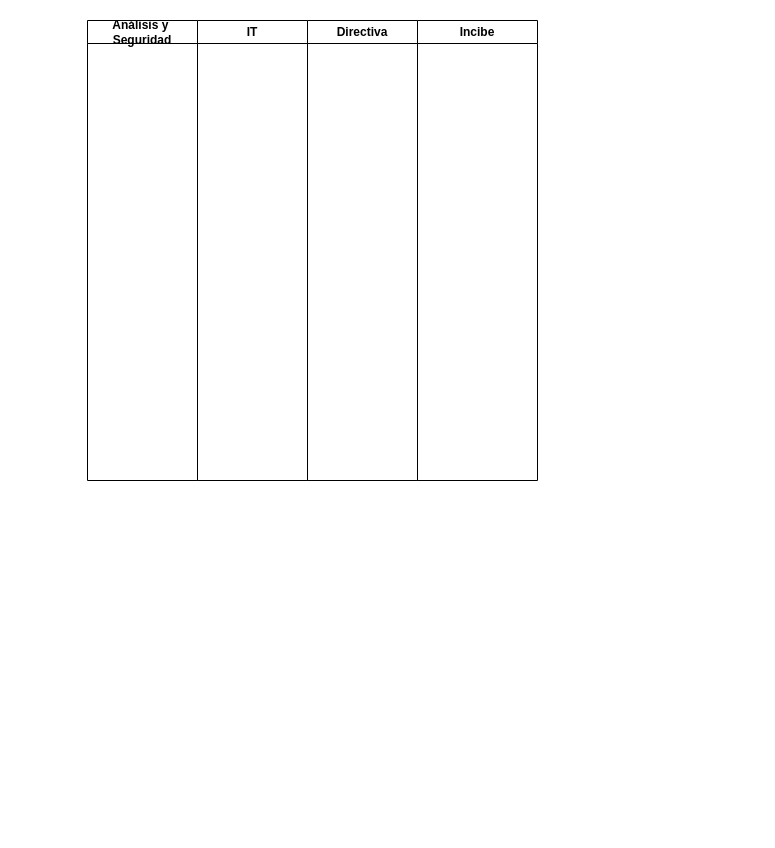
Above: SistemasInformacion/Diagrama sin título.drawio in siciliagc/Sistemas-de-Informaci-n (draw.io), before the change. Source tidied: cells renumbered, new cells numbered last; positions are measured from the earlier drawing's top-left corner, leaving out a move shared by most shapes. Both pictures are drawn from the tidied source at 100%, with x=0, y=0 at pixel (87, 20).
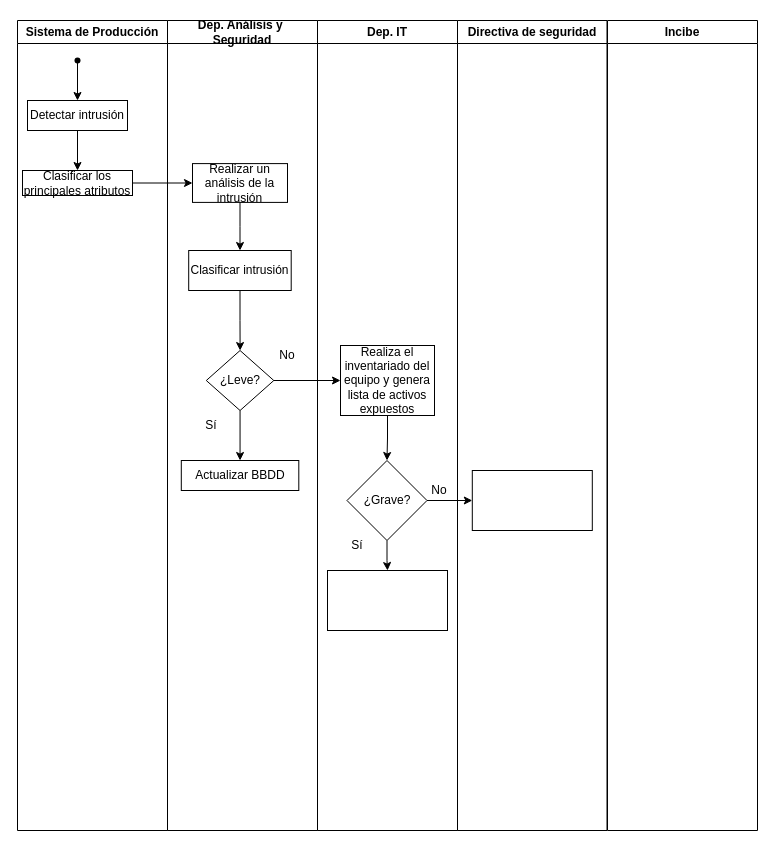
The same diagram, later.

What changed in the source:
```diff
@@
-    <mxCell id="2" value="Análisis y&amp;nbsp; Seguridad" style="swimlane;whiteSpace=wrap;html=1;" parent="1" vertex="1">
-      <mxGeometry width="110" height="460" as="geometry" />
+    <mxCell id="2" value="Dep. Análisis y&amp;nbsp; Seguridad" style="swimlane;whiteSpace=wrap;html=1;" parent="1" vertex="1">
+      <mxGeometry x="80" width="150" height="810" as="geometry" />
     </mxCell>
+    <mxCell id="6" style="edgeStyle=orthogonalEdgeStyle;rounded=0;jettySize=auto;html=1;" parent="2" edge="1" source="7" target="9">
+      <mxGeometry relative="1" as="geometry" />
+    </mxCell>
+    <mxCell id="7" value="Realizar un análisis de la intrusión" style="whiteSpace=wrap;html=1;fillColor=none;sketch=0;fillStyle=solid;" parent="2" vertex="1">
+      <mxGeometry x="25" y="143.1" width="95" height="38.8" as="geometry" />
+    </mxCell>
+    <mxCell id="8" style="edgeStyle=orthogonalEdgeStyle;rounded=0;jettySize=auto;html=1;" parent="2" edge="1" source="9" target="11">
+      <mxGeometry relative="1" as="geometry" />
+    </mxCell>
+    <mxCell id="9" value="Clasificar intrusión" style="whiteSpace=wrap;html=1;fillColor=none;sketch=0;fillStyle=solid;" parent="2" vertex="1">
+      <mxGeometry x="21.2" y="230" width="102.5" height="40" as="geometry" />
+    </mxCell>
+    <mxCell id="10" style="edgeStyle=orthogonalEdgeStyle;rounded=0;jettySize=auto;html=1;" parent="2" edge="1" source="11" target="12">
+      <mxGeometry relative="1" as="geometry" />
+    </mxCell>
+    <mxCell id="11" style="rhombus;whiteSpace=wrap;html=1;fillColor=none;sketch=0;fillStyle=solid;" parent="2" vertex="1">
+      <mxGeometry x="38.8" y="330" width="67.5" height="60" as="geometry" />
+    </mxCell>
+    <mxCell id="12" value="Actualizar BBDD" style="whiteSpace=wrap;html=1;fillColor=none;sketch=0;fillStyle=solid;" parent="2" vertex="1">
+      <mxGeometry x="13.8" y="440" width="117.5" height="30" as="geometry" />
+    </mxCell>
+    <mxCell id="13" value="¿Leve?" style="text;strokeColor=none;align=center;fillColor=none;html=1;verticalAlign=middle;whiteSpace=wrap;rounded=0;" parent="2" vertex="1">
+      <mxGeometry x="42.5" y="345" width="60" height="30" as="geometry" />
+    </mxCell>
+    <mxCell id="14" value="Sí" style="text;strokeColor=none;align=center;fillColor=none;html=1;verticalAlign=middle;whiteSpace=wrap;rounded=0;" parent="2" vertex="1">
+      <mxGeometry x="13.8" y="390" width="60" height="30" as="geometry" />
+    </mxCell>
+    <mxCell id="15" value="No" style="text;strokeColor=none;align=center;fillColor=none;html=1;verticalAlign=middle;whiteSpace=wrap;rounded=0;" parent="2" vertex="1">
+      <mxGeometry x="90" y="320" width="60" height="30" as="geometry" />
+    </mxCell>
+    <mxCell id="4" value="Directiva de seguridad" style="swimlane;whiteSpace=wrap;html=1;" parent="1" vertex="1">
+      <mxGeometry x="370" width="149.5" height="810" as="geometry" />
+    </mxCell>
+    <mxCell id="16" style="whiteSpace=wrap;html=1;fillColor=none;sketch=0;fillStyle=solid;" parent="4" vertex="1">
+      <mxGeometry x="14.8" y="450" width="120" height="60" as="geometry" />
+    </mxCell>
+    <mxCell id="5" value="Incibe" style="swimlane;whiteSpace=wrap;html=1;" parent="1" vertex="1">
+      <mxGeometry x="520" width="150" height="810" as="geometry" />
+    </mxCell>
+    <mxCell id="17" value="Sistema de Producción" style="swimlane;whiteSpace=wrap;html=1;" parent="1" vertex="1">
+      <mxGeometry x="-70" width="150" height="810" as="geometry" />
+    </mxCell>
+    <mxCell id="18" style="edgeStyle=orthogonalEdgeStyle;rounded=0;jettySize=auto;html=1;" parent="17" edge="1" source="19" target="21">
+      <mxGeometry relative="1" as="geometry" />
+    </mxCell>
+    <mxCell id="19" style="shape=waypoint;sketch=0;fillStyle=solid;size=6;points=[];fillColor=none;perimeter=centerPerimeter;snapToPoint=1;" parent="17" vertex="1">
+      <mxGeometry x="50" y="30" width="20" height="20" as="geometry" />
+    </mxCell>
+    <mxCell id="20" style="edgeStyle=orthogonalEdgeStyle;rounded=0;jettySize=auto;html=1;" parent="17" edge="1" source="21" target="22">
+      <mxGeometry relative="1" as="geometry" />
+    </mxCell>
+    <mxCell id="21" value="Detectar intrusión" style="whiteSpace=wrap;html=1;fillColor=none;sketch=0;fillStyle=solid;" parent="17" vertex="1">
+      <mxGeometry x="10" y="80" width="100" height="30" as="geometry" />
+    </mxCell>
+    <mxCell id="22" value="Clasificar los principales atributos" style="whiteSpace=wrap;html=1;fillColor=none;sketch=0;fillStyle=solid;" parent="17" vertex="1">
+      <mxGeometry x="5" y="150" width="110" height="25" as="geometry" />
+    </mxCell>
+    <mxCell id="23" style="edgeStyle=orthogonalEdgeStyle;rounded=0;jettySize=auto;html=1;" parent="1" edge="1" source="22" target="7">
+      <mxGeometry relative="1" as="geometry" />
+    </mxCell>
-    <mxCell id="3" value="IT" style="swimlane;whiteSpace=wrap;html=1;" parent="1" vertex="1">
-      <mxGeometry x="110" width="110" height="460" as="geometry" />
+    <mxCell id="3" value="Dep. IT" style="swimlane;whiteSpace=wrap;html=1;startSize=23;" parent="1" vertex="1">
+      <mxGeometry x="230" width="140" height="810" as="geometry" />
     </mxCell>
-    <mxCell id="4" value="Directiva" style="swimlane;whiteSpace=wrap;html=1;" parent="1" vertex="1">
-      <mxGeometry x="220" width="110" height="460" as="geometry" />
-    </mxCell>
-    <mxCell id="5" value="Incibe" style="swimlane;whiteSpace=wrap;html=1;" parent="1" vertex="1">
-      <mxGeometry x="330" width="120" height="460" as="geometry" />
-    </mxCell>
+    <mxCell id="24" style="edgeStyle=orthogonalEdgeStyle;rounded=0;jettySize=auto;html=1;entryX=0.5;entryY=0;entryDx=0;entryDy=0;" parent="3" edge="1" source="25" target="27">
+      <mxGeometry relative="1" as="geometry" />
+    </mxCell>
+    <mxCell id="25" value="Realiza el inventariado del equipo y genera lista de activos expuestos" style="whiteSpace=wrap;html=1;fillColor=none;sketch=0;fillStyle=solid;" parent="3" vertex="1">
+      <mxGeometry x="23" y="325" width="94" height="70" as="geometry" />
+    </mxCell>
+    <mxCell id="26" style="edgeStyle=orthogonalEdgeStyle;rounded=0;jettySize=auto;html=1;" parent="3" edge="1" source="27" target="28">
+      <mxGeometry relative="1" as="geometry" />
+    </mxCell>
+    <mxCell id="27" value="¿Grave?" style="rhombus;whiteSpace=wrap;html=1;fillColor=none;sketch=0;fillStyle=solid;" parent="3" vertex="1">
+      <mxGeometry x="29.5" y="440" width="80" height="80" as="geometry" />
+    </mxCell>
+    <mxCell id="28" style="whiteSpace=wrap;html=1;fillColor=none;sketch=0;fillStyle=solid;" parent="3" vertex="1">
+      <mxGeometry x="10" y="550" width="120" height="60" as="geometry" />
+    </mxCell>
+    <mxCell id="29" value="Sí" style="text;strokeColor=none;align=center;fillColor=none;html=1;verticalAlign=middle;whiteSpace=wrap;rounded=0;" parent="3" vertex="1">
+      <mxGeometry x="10" y="510" width="60" height="30" as="geometry" />
+    </mxCell>
+    <mxCell id="30" value="No" style="text;strokeColor=none;align=center;fillColor=none;html=1;verticalAlign=middle;whiteSpace=wrap;rounded=0;" parent="3" vertex="1">
+      <mxGeometry x="104" y="460" width="36" height="20" as="geometry" />
+    </mxCell>
+    <mxCell id="31" style="edgeStyle=orthogonalEdgeStyle;rounded=0;jettySize=auto;html=1;" parent="1" edge="1" source="11" target="25">
+      <mxGeometry relative="1" as="geometry" />
+    </mxCell>
+    <mxCell id="32" style="edgeStyle=orthogonalEdgeStyle;rounded=0;jettySize=auto;html=1;" parent="1" edge="1" source="27" target="16">
+      <mxGeometry relative="1" as="geometry" />
+    </mxCell>
```
